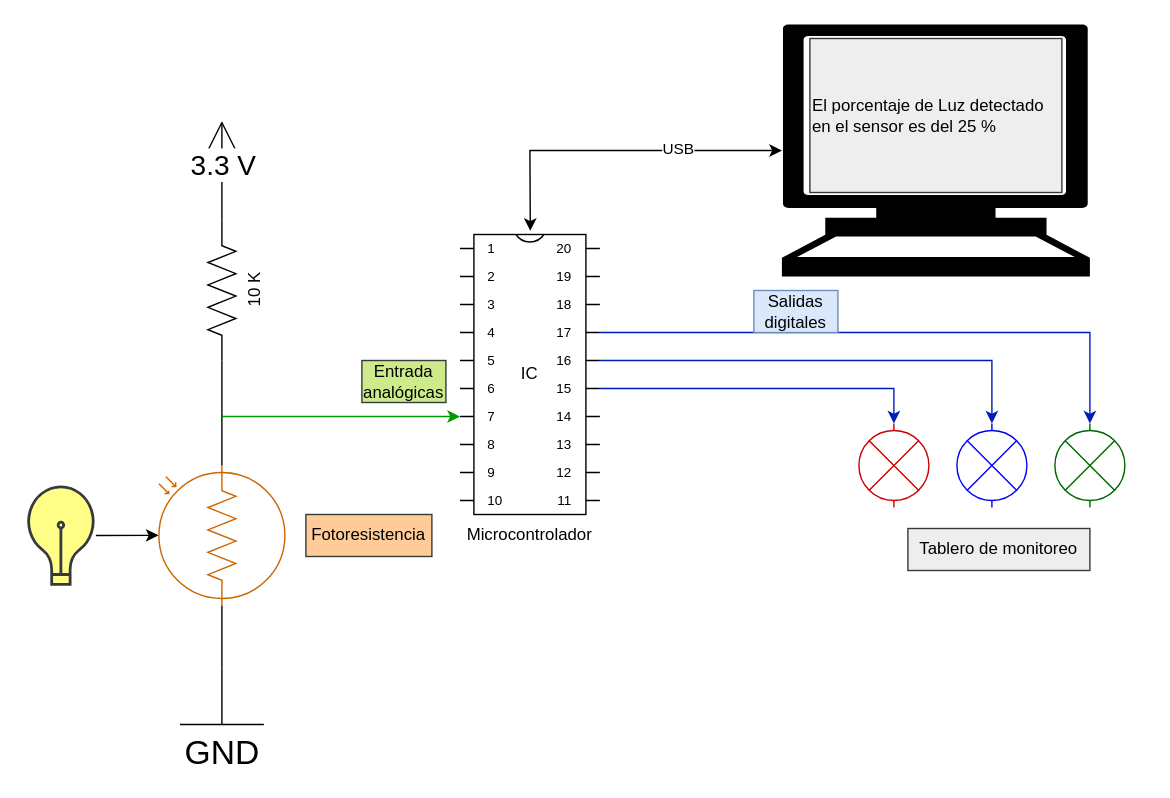
Earlier version of the draw.io diagram page "esquema" (1 of 2) of desing/t4-adc/adc.drawio (johnnycubides/taller-ing-electronical-UNAL). Source tidied: cells renumbered, new cells numbered last; positions are measured from the earlier drawing's top-left corner, leaving out a move shared by most shapes. Both pictures are drawn from the tidied source at 140%, with x=0, y=0 at pixel (25, 24).
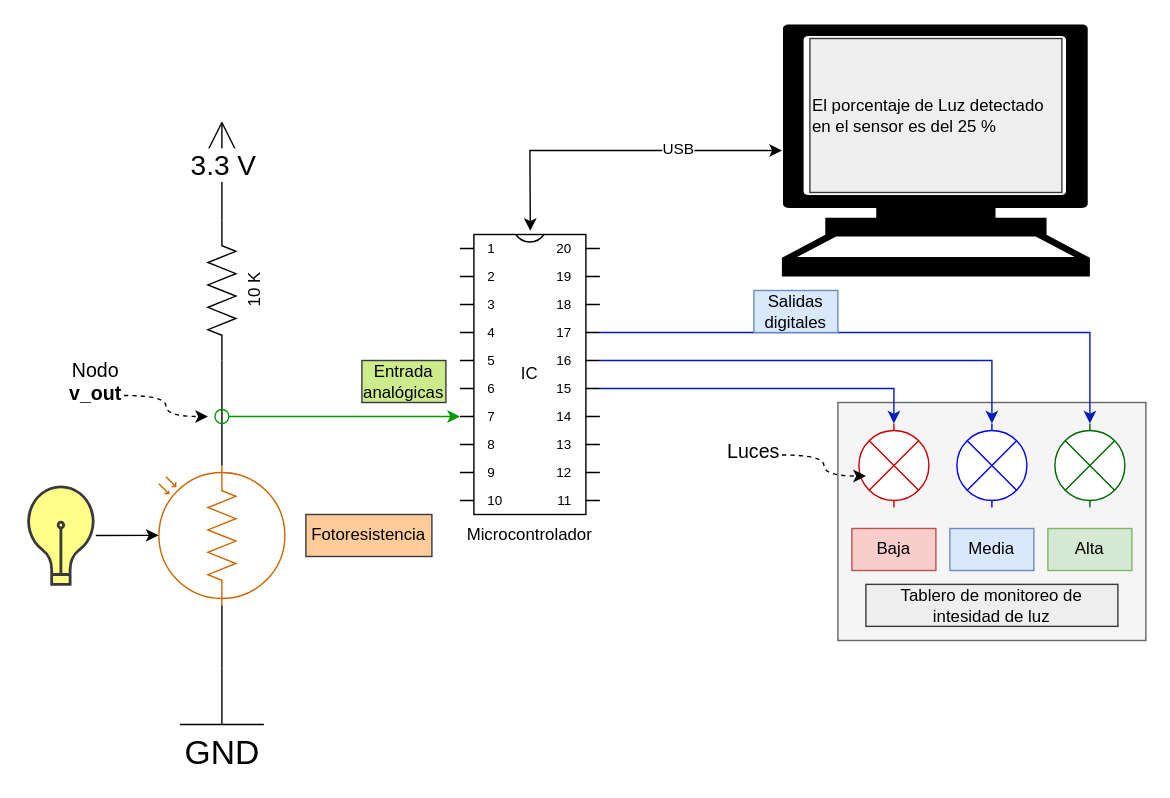
The same diagram, later.

Unchanged cells that the change refers to:
```xml
<mxCell id="4" value="IC" style="shadow=0;dashed=0;align=center;html=1;strokeWidth=1;shape=mxgraph.electrical.logic_gates.dual_inline_ic;labelNames=a,b,c,d,e,f,g,h,i,j,k,l,m,n,o,p,q,r,s,t;whiteSpace=wrap;" parent="1" vertex="1">
  <mxGeometry x="310" y="150" width="100" height="200" as="geometry" />
</mxCell>
```

The edit, as a diff of the source:
```diff
@@
+    <mxCell id="30" style="rounded=0;whiteSpace=wrap;html=1;fontSize=14;fillColor=#f5f5f5;strokeColor=#666666;fontColor=#333333;" parent="1" vertex="1">
+      <mxGeometry x="580" y="270" width="220" height="170" as="geometry" />
+    </mxCell>
@@
-    <mxCell id="9" style="endArrow=classic;html=1;rounded=0;entryX=0;entryY=0;entryDx=0;entryDy=130;entryPerimeter=0;fillColor=#cdeb8b;strokeColor=#009900;" parent="1" edge="1" target="4">
+    <mxCell id="9" style="endArrow=classic;html=1;rounded=0;entryX=0;entryY=0;entryDx=0;entryDy=130;entryPerimeter=0;fillColor=#cdeb8b;strokeColor=#009900;startArrow=oval;startFill=0;targetPerimeterSpacing=6;sourcePerimeterSpacing=6;startSize=10;" parent="1" edge="1" target="4">
       <mxGeometry relative="1" as="geometry">
         <mxPoint x="140" y="280" as="sourcePoint" />
       </mxGeometry>
     </mxCell>
@@
-    <mxCell id="25" value="Tablero de monitoreo" style="text;html=1;strokeColor=#36393d;fillColor=#eeeeee;align=center;verticalAlign=middle;whiteSpace=wrap;rounded=0;" parent="1" vertex="1">
-      <mxGeometry x="630" y="360" width="130" height="30" as="geometry" />
+    <mxCell id="25" value="Tablero de monitoreo de intesidad de luz" style="text;html=1;strokeColor=#36393d;fillColor=#eeeeee;align=center;verticalAlign=middle;whiteSpace=wrap;rounded=0;" parent="1" vertex="1">
+      <mxGeometry x="600" y="399.9" width="180" height="30" as="geometry" />
     </mxCell>
@@
+    <mxCell id="31" value="&lt;span style=&quot;font-weight: normal&quot;&gt;Nodo&lt;/span&gt;&lt;br&gt;v_out" style="text;html=1;strokeColor=none;fillColor=none;align=center;verticalAlign=middle;whiteSpace=wrap;rounded=0;fontStyle=1;fontSize=14;" parent="1" vertex="1">
+      <mxGeometry x="20" y="240" width="60" height="30" as="geometry" />
+    </mxCell>
+    <mxCell id="32" style="curved=1;endArrow=classic;html=1;rounded=0;fontSize=14;edgeStyle=orthogonalEdgeStyle;dashed=1;" parent="1" edge="1">
+      <mxGeometry relative="1" as="geometry">
+        <mxPoint x="70" y="265" as="sourcePoint" />
+        <mxPoint x="130" y="280" as="targetPoint" />
+        <Array as="points">
+          <mxPoint x="100" y="265" />
+          <mxPoint x="100" y="280" />
+        </Array>
+      </mxGeometry>
+    </mxCell>
+    <mxCell id="33" value="Baja" style="text;html=1;strokeColor=#b85450;fillColor=#f8cecc;align=center;verticalAlign=middle;whiteSpace=wrap;rounded=0;" parent="1" vertex="1">
+      <mxGeometry x="590" y="360" width="60" height="30" as="geometry" />
+    </mxCell>
+    <mxCell id="34" value="Media" style="text;html=1;strokeColor=#6c8ebf;fillColor=#dae8fc;align=center;verticalAlign=middle;whiteSpace=wrap;rounded=0;" parent="1" vertex="1">
+      <mxGeometry x="660" y="360" width="60" height="30" as="geometry" />
+    </mxCell>
+    <mxCell id="35" value="Alta" style="text;html=1;strokeColor=#82b366;fillColor=#d5e8d4;align=center;verticalAlign=middle;whiteSpace=wrap;rounded=0;" parent="1" vertex="1">
+      <mxGeometry x="730" y="360" width="60" height="30" as="geometry" />
+    </mxCell>
+    <mxCell id="36" value="Luces" style="text;html=1;strokeColor=none;fillColor=none;align=center;verticalAlign=middle;whiteSpace=wrap;rounded=0;fontSize=14;" parent="1" vertex="1">
+      <mxGeometry x="490" y="290" width="60" height="30" as="geometry" />
+    </mxCell>
+    <mxCell id="37" style="curved=1;endArrow=classic;html=1;rounded=0;fontSize=14;edgeStyle=orthogonalEdgeStyle;dashed=1;" parent="1" edge="1">
+      <mxGeometry relative="1" as="geometry">
+        <mxPoint x="540" y="307.5" as="sourcePoint" />
+        <mxPoint x="600" y="322.5" as="targetPoint" />
+        <Array as="points">
+          <mxPoint x="570" y="307.5" />
+          <mxPoint x="570" y="322.5" />
+        </Array>
+      </mxGeometry>
+    </mxCell>
```
